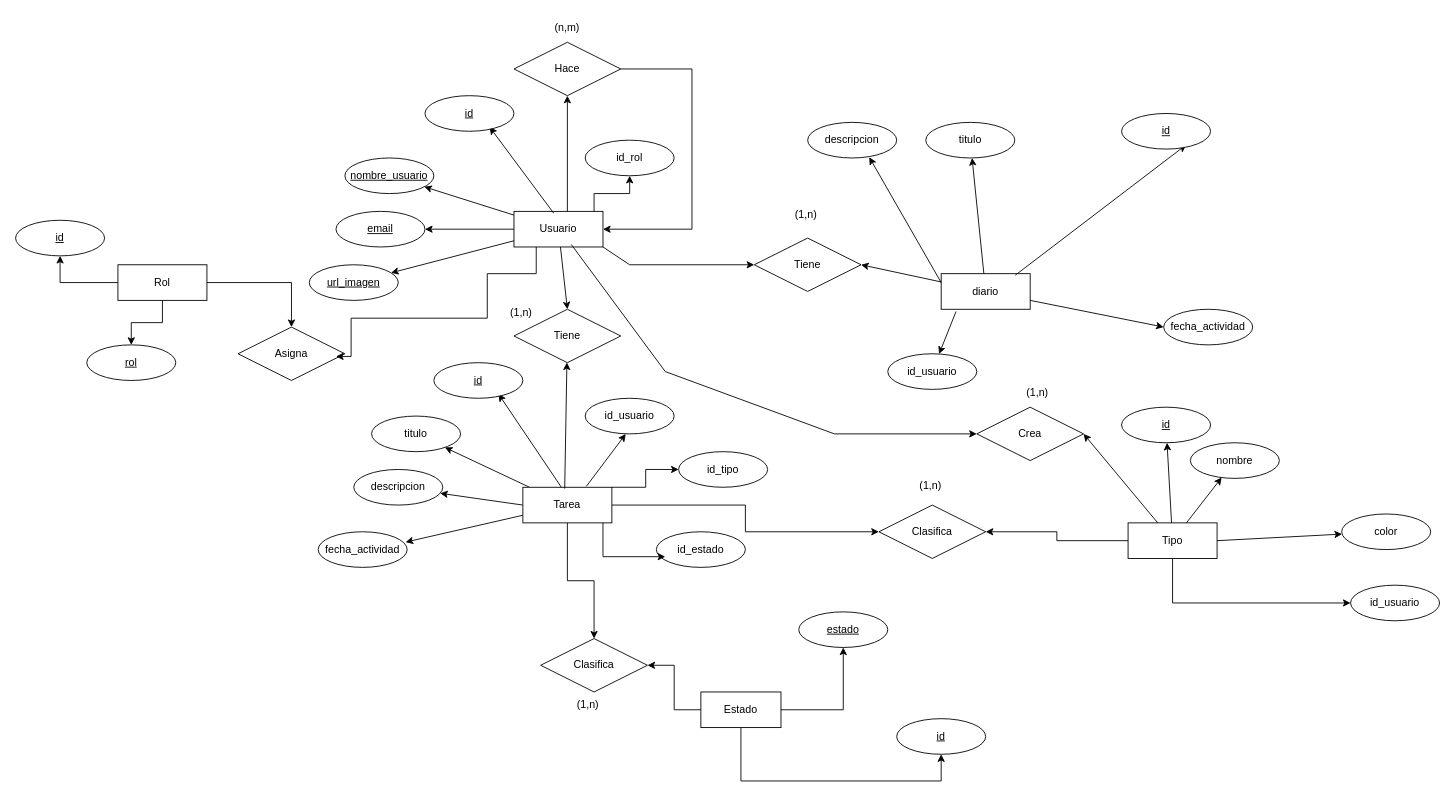
This is Memoria/Base de Datos/Diagrama sin título.drawio from neiilmolina/Task-Craft-Proyecto-TFG-DAW, a draw.io file, before an edit. Source tidied: cells renumbered, new cells numbered last; positions are measured from the earlier drawing's top-left corner, leaving out a move shared by most shapes. Both pictures are drawn from the tidied source at 89%, with x=0, y=0 at pixel (15, 15).
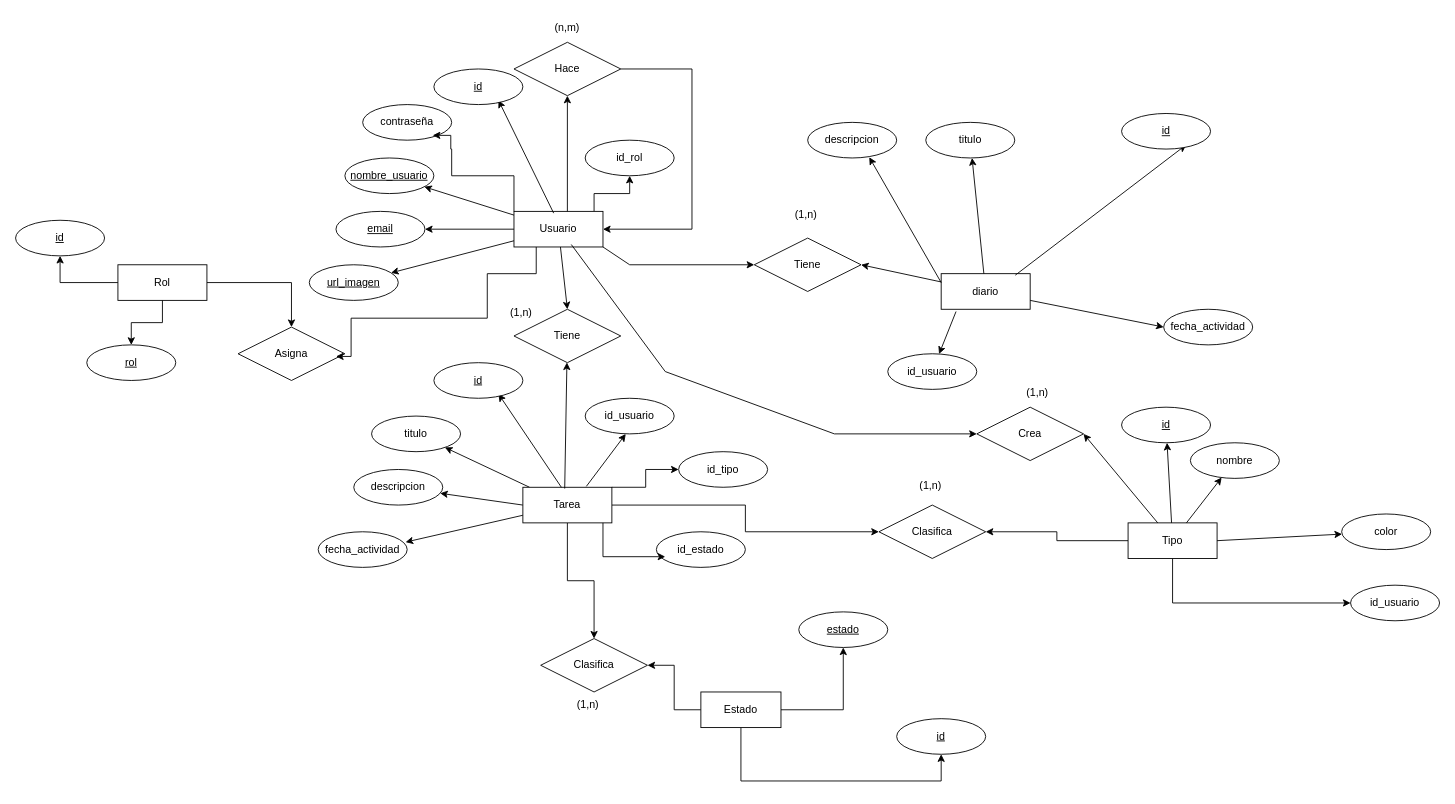
The same page after the edit.

Commit message:
Contraseña E-R añadida

The change refers to these unchanged cells:
```xml
<mxCell id="3" value="Usuario" style="whiteSpace=wrap;html=1;align=center;" parent="1" vertex="1">
  <mxGeometry x="560" y="220" width="100" height="40" as="geometry" />
</mxCell>
```

What changed in the source:
```diff
@@
     <mxCell id="6" value="id" style="ellipse;whiteSpace=wrap;html=1;align=center;fontStyle=4;" parent="1" vertex="1">
-      <mxGeometry x="460" y="90" width="100" height="40" as="geometry" />
+      <mxGeometry x="470" y="60" width="100" height="40" as="geometry" />
     </mxCell>
@@
+    <mxCell id="85" value="contraseña" style="ellipse;whiteSpace=wrap;html=1;align=center;" parent="1" vertex="1">
+      <mxGeometry x="390" y="100" width="100" height="40" as="geometry" />
+    </mxCell>
+    <mxCell id="86" style="edgeStyle=orthogonalEdgeStyle;rounded=0;jettySize=auto;html=1;entryX=0.787;entryY=0.865;entryDx=0;entryDy=0;entryPerimeter=0;" parent="1" edge="1" source="3" target="85">
+      <mxGeometry relative="1" as="geometry">
+        <Array as="points">
+          <mxPoint x="560" y="180" />
+          <mxPoint x="490" y="180" />
+          <mxPoint x="490" y="150" />
+          <mxPoint x="489" y="150" />
+        </Array>
+      </mxGeometry>
+    </mxCell>
```
